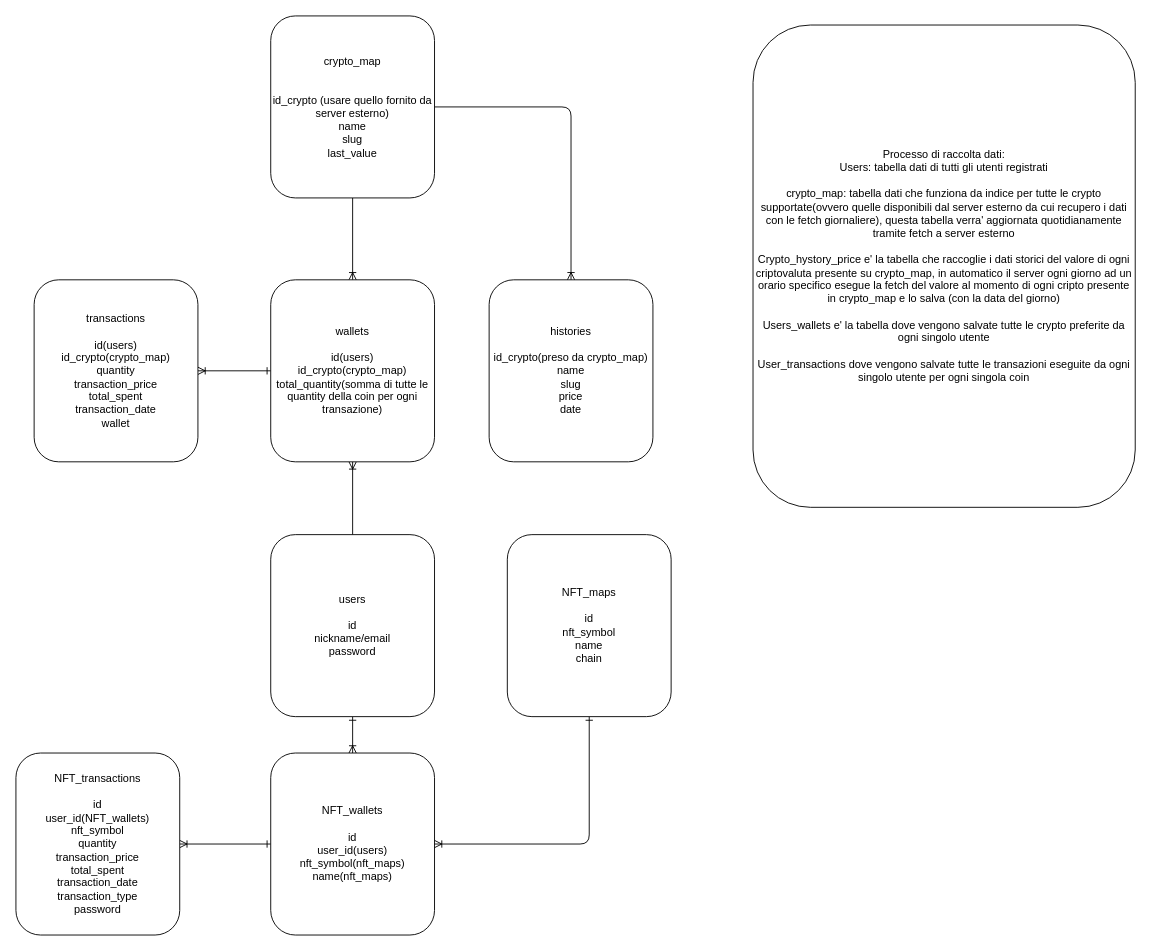
Before: backend/db.drawio in Mat-123/CrypTracker, a draw.io diagram. Source tidied: cells renumbered, new cells numbered last; positions are measured from the earlier drawing's top-left corner, leaving out a move shared by most shapes. Both pictures are drawn from the tidied source at 91%, with x=0, y=0 at pixel (15, 15).
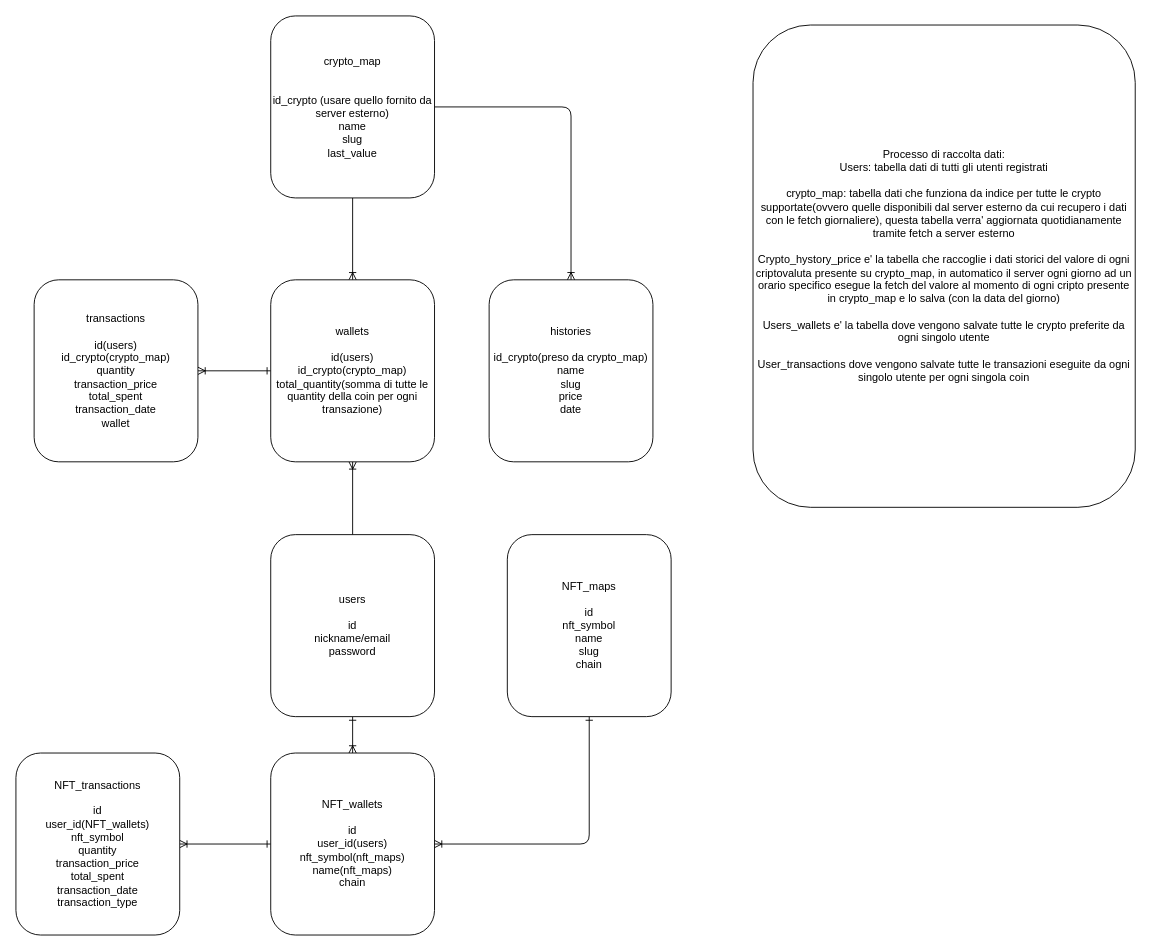
Above is the later version.

The edit, as a diff of the source:
```diff
@@
 <mxGraphModel>
   <root>
     <mxCell id="0" />
     <mxCell id="1" parent="0" />
     <mxCell id="2" style="edgeStyle=orthogonalEdgeStyle;html=1;entryX=0.5;entryY=1;entryDx=0;entryDy=0;endArrow=ERoneToMany;endFill=0;" parent="1" edge="1" source="5" target="12">
       <mxGeometry relative="1" as="geometry" />
     </mxCell>
     <mxCell id="3" style="edgeStyle=orthogonalEdgeStyle;html=1;entryX=0.5;entryY=1;entryDx=0;entryDy=0;endArrow=ERoneToMany;endFill=0;exitX=0.5;exitY=1;exitDx=0;exitDy=0;" parent="1" edge="1" source="11" target="11">
       <mxGeometry relative="1" as="geometry" />
     </mxCell>
     <mxCell id="4" style="edgeStyle=none;html=1;exitX=0.5;exitY=1;exitDx=0;exitDy=0;entryX=0.5;entryY=0;entryDx=0;entryDy=0;startArrow=ERone;startFill=0;endArrow=ERoneToMany;endFill=0;" parent="1" edge="1" source="5" target="15">
       <mxGeometry relative="1" as="geometry" />
     </mxCell>
     <mxCell id="5" value="users&lt;br&gt;&lt;br&gt;id&lt;br&gt;nickname/email&lt;br&gt;password" style="rounded=1;whiteSpace=wrap;html=1;" parent="1" vertex="1">
       <mxGeometry x="280" y="570" width="180" height="200" as="geometry" />
     </mxCell>
     <mxCell id="6" style="edgeStyle=orthogonalEdgeStyle;html=1;entryX=0.5;entryY=0;entryDx=0;entryDy=0;endArrow=ERoneToMany;endFill=0;" parent="1" edge="1" source="8" target="9">
       <mxGeometry relative="1" as="geometry" />
     </mxCell>
     <mxCell id="7" style="edgeStyle=orthogonalEdgeStyle;html=1;endArrow=ERoneToMany;endFill=0;" parent="1" edge="1" source="8" target="12">
       <mxGeometry relative="1" as="geometry" />
     </mxCell>
     <mxCell id="8" value="crypto_map&lt;br&gt;&lt;br&gt;&lt;br&gt;id_crypto (usare quello fornito da server esterno)&lt;br&gt;name&lt;br&gt;slug&lt;br&gt;last_value" style="rounded=1;whiteSpace=wrap;html=1;" parent="1" vertex="1">
       <mxGeometry x="280" width="180" height="200" as="geometry" />
     </mxCell>
     <mxCell id="9" value="histories&lt;br&gt;&lt;br&gt;id_crypto(preso da crypto_map)&lt;br&gt;name&lt;br&gt;slug&lt;br&gt;price&lt;br&gt;date" style="rounded=1;whiteSpace=wrap;html=1;" parent="1" vertex="1">
       <mxGeometry x="520" y="290" width="180" height="200" as="geometry" />
     </mxCell>
     <mxCell id="10" style="edgeStyle=orthogonalEdgeStyle;html=1;endArrow=ERone;endFill=0;startArrow=ERoneToMany;startFill=0;" parent="1" edge="1" source="11" target="12">
       <mxGeometry relative="1" as="geometry" />
     </mxCell>
     <mxCell id="11" value="transactions&lt;br&gt;&lt;br&gt;id(users)&lt;br&gt;id_crypto(crypto_map)&lt;br&gt;quantity&lt;br&gt;transaction_price&lt;br&gt;total_spent&lt;br&gt;transaction_date&lt;br&gt;wallet" style="rounded=1;whiteSpace=wrap;html=1;" parent="1" vertex="1">
       <mxGeometry x="20" y="290" width="180" height="200" as="geometry" />
     </mxCell>
     <mxCell id="12" value="wallets&lt;br&gt;&lt;br&gt;id(users)&lt;br&gt;id_crypto(crypto_map)&lt;br&gt;total_quantity(somma di tutte le quantity della coin per ogni transazione)" style="rounded=1;whiteSpace=wrap;html=1;" parent="1" vertex="1">
       <mxGeometry x="280" y="290" width="180" height="200" as="geometry" />
     </mxCell>
     <mxCell id="13" value="Processo di raccolta dati:&lt;br&gt;Users: tabella dati di tutti gli utenti registrati&lt;br&gt;&lt;br&gt;crypto_map: tabella dati che funziona da indice per tutte le crypto supportate(ovvero quelle disponibili dal server esterno da cui recupero i dati con le fetch giornaliere), questa tabella verra' aggiornata quotidianamente tramite fetch a server esterno&lt;br&gt;&lt;br&gt;Crypto_hystory_price e' la tabella che raccoglie i dati storici del valore di ogni criptovaluta presente su crypto_map, in automatico il server ogni giorno ad un orario specifico esegue la fetch del valore al momento di ogni cripto presente in crypto_map e lo salva (con la data del giorno)&lt;br&gt;&lt;br&gt;Users_wallets e' la tabella dove vengono salvate tutte le crypto preferite da ogni singolo utente&lt;br&gt;&lt;br&gt;User_transactions dove vengono salvate tutte le transazioni eseguite da ogni singolo utente per ogni singola coin" style="rounded=1;whiteSpace=wrap;html=1;" parent="1" vertex="1">
       <mxGeometry x="810" y="10" width="420" height="530" as="geometry" />
     </mxCell>
     <mxCell id="14" style="edgeStyle=orthogonalEdgeStyle;html=1;exitX=0;exitY=0.5;exitDx=0;exitDy=0;entryX=1;entryY=0.5;entryDx=0;entryDy=0;startArrow=ERone;startFill=0;endArrow=ERoneToMany;endFill=0;" parent="1" edge="1" source="15" target="16">
       <mxGeometry relative="1" as="geometry" />
     </mxCell>
-    <mxCell id="15" value="NFT_wallets&lt;br&gt;&lt;br&gt;id&lt;br&gt;user_id(users)&lt;br&gt;nft_symbol(nft_maps)&lt;br&gt;name(nft_maps)" style="rounded=1;whiteSpace=wrap;html=1;" parent="1" vertex="1">
+    <mxCell id="15" value="NFT_wallets&lt;br&gt;&lt;br&gt;id&lt;br&gt;user_id(users)&lt;br&gt;nft_symbol(nft_maps)&lt;br&gt;name(nft_maps)&lt;br&gt;chain" style="rounded=1;whiteSpace=wrap;html=1;" parent="1" vertex="1">
       <mxGeometry x="280" y="810" width="180" height="200" as="geometry" />
     </mxCell>
-    <mxCell id="16" value="NFT_transactions&lt;br&gt;&lt;br&gt;id&lt;br&gt;user_id(NFT_wallets)&lt;br&gt;nft_symbol&lt;br&gt;quantity&lt;br&gt;transaction_price&lt;br&gt;total_spent&lt;br&gt;transaction_date&lt;br&gt;transaction_type&lt;br&gt;password" style="rounded=1;whiteSpace=wrap;html=1;" parent="1" vertex="1">
+    <mxCell id="16" value="NFT_transactions&lt;br&gt;&lt;br&gt;id&lt;br&gt;user_id(NFT_wallets)&lt;br&gt;nft_symbol&lt;br&gt;quantity&lt;br&gt;transaction_price&lt;br&gt;total_spent&lt;br&gt;transaction_date&lt;br&gt;transaction_type" style="rounded=1;whiteSpace=wrap;html=1;" parent="1" vertex="1">
       <mxGeometry y="810" width="180" height="200" as="geometry" />
     </mxCell>
     <mxCell id="17" style="edgeStyle=orthogonalEdgeStyle;html=1;exitX=0.5;exitY=1;exitDx=0;exitDy=0;entryX=1;entryY=0.5;entryDx=0;entryDy=0;startArrow=ERone;startFill=0;endArrow=ERoneToMany;endFill=0;" parent="1" edge="1" source="18" target="15">
       <mxGeometry relative="1" as="geometry" />
     </mxCell>
-    <mxCell id="18" value="NFT_maps&lt;br&gt;&lt;br&gt;id&lt;br&gt;nft_symbol&lt;br&gt;name&lt;br&gt;chain" style="rounded=1;whiteSpace=wrap;html=1;" parent="1" vertex="1">
+    <mxCell id="18" value="NFT_maps&lt;br&gt;&lt;br&gt;id&lt;br&gt;nft_symbol&lt;br&gt;name&lt;br&gt;slug&lt;br&gt;chain" style="rounded=1;whiteSpace=wrap;html=1;" parent="1" vertex="1">
       <mxGeometry x="540" y="570" width="180" height="200" as="geometry" />
     </mxCell>
   </root>
 </mxGraphModel>
```
